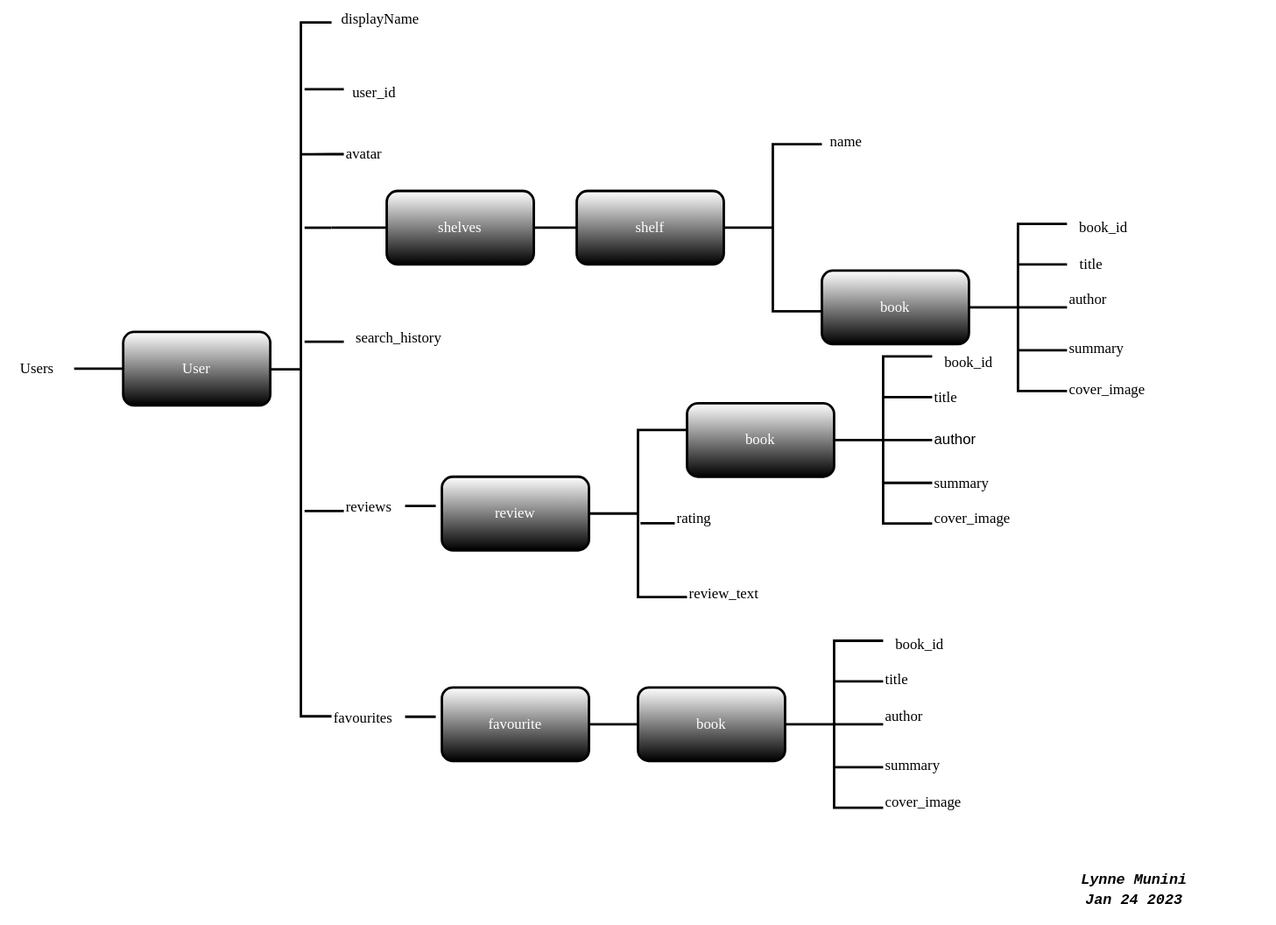
lynnemunini/book-shelf keeps this draw.io diagram as images/diagram.svg. Above is the earlier version. Source tidied: cells renumbered, new cells last; positions are measured from the earlier drawing's top-left corner, leaving out a move shared by most shapes.
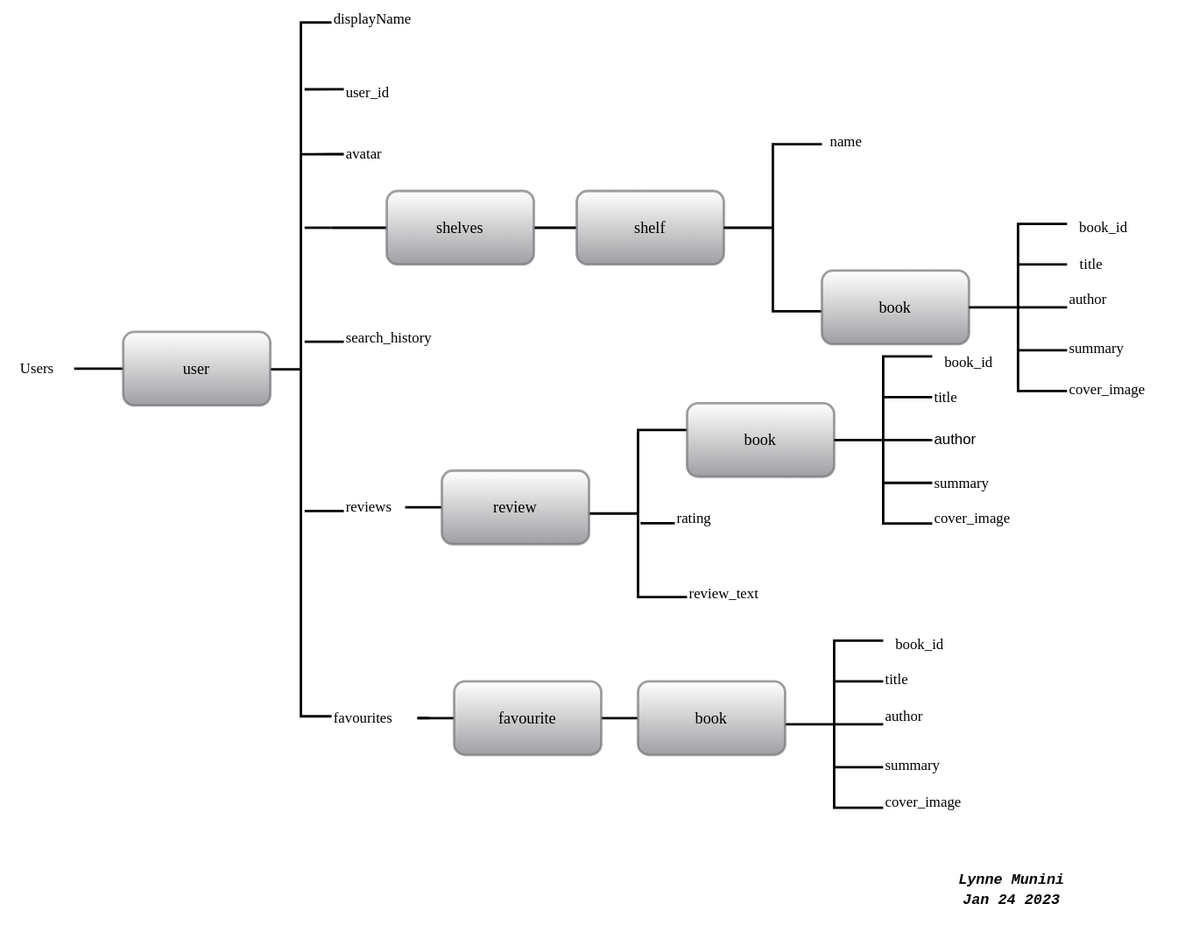
The same diagram one commit later.

What changed in the source:
```diff
@@ -8,8 +8,8 @@
     <mxCell id="3" style="strokeWidth=2;html=1;shape=(stored shape, 384 characters);align=left;labelPosition=right;fillStyle=auto;gradientColor=default;fillColor=default;" parent="1" vertex="1">
       <mxGeometry x="220" y="17.5" width="50" height="335" as="geometry" />
     </mxCell>
-    <mxCell id="4" value="&lt;font face=&quot;Comic Sans MS&quot;&gt;displayName&lt;/font&gt;" style="text;html=1;strokeColor=none;fillColor=none;align=center;verticalAlign=middle;whiteSpace=wrap;rounded=0;" parent="1" vertex="1">
-      <mxGeometry x="280" width="60" height="30" as="geometry" />
+    <mxCell id="4" value="&lt;div align=&quot;left&quot;&gt;&lt;font face=&quot;Comic Sans MS&quot;&gt;displayName&lt;/font&gt;&lt;/div&gt;" style="text;html=1;strokeColor=none;fillColor=none;align=left;verticalAlign=middle;whiteSpace=wrap;rounded=0;" parent="1" vertex="1">
+      <mxGeometry x="270" width="60" height="30" as="geometry" />
     </mxCell>
     <mxCell id="5" style="endArrow=none;html=1;rounded=1;strokeWidth=2;exitX=0.56;exitY=0.163;exitDx=0;exitDy=0;exitPerimeter=0;" parent="1" edge="1" source="3">
       <mxGeometry relative="1" as="geometry">
@@ -23,8 +23,8 @@
         </Array>
       </mxGeometry>
     </mxCell>
-    <mxCell id="7" value="&lt;font face=&quot;Comic Sans MS&quot;&gt;user_id&lt;/font&gt;" style="text;html=1;strokeColor=none;fillColor=none;align=center;verticalAlign=middle;whiteSpace=wrap;rounded=0;" parent="1" vertex="1">
-      <mxGeometry x="270" y="60" width="70" height="30" as="geometry" />
+    <mxCell id="7" value="&lt;div align=&quot;left&quot;&gt;&lt;font face=&quot;Comic Sans MS&quot;&gt;user_id&lt;/font&gt;&lt;/div&gt;" style="text;html=1;strokeColor=none;fillColor=none;align=left;verticalAlign=middle;whiteSpace=wrap;rounded=0;" parent="1" vertex="1">
+      <mxGeometry x="280" y="60" width="70" height="30" as="geometry" />
     </mxCell>
     <mxCell id="8" value="&lt;div align=&quot;left&quot;&gt;&lt;font face=&quot;Comic Sans MS&quot;&gt;avatar&lt;/font&gt;&lt;/div&gt;" style="text;html=1;strokeColor=none;fillColor=none;align=left;verticalAlign=middle;whiteSpace=wrap;rounded=0;" parent="1" vertex="1">
       <mxGeometry x="280" y="110" width="60" height="30" as="geometry" />
@@ -32,13 +32,13 @@
     <mxCell id="9" style="edgeStyle=orthogonalEdgeStyle;rounded=1;jettySize=auto;html=1;strokeWidth=2;fontFamily=Comic Sans MS;fontColor=#ffffff;endArrow=none;endFill=0;" parent="1" edge="1" source="10" target="12">
       <mxGeometry relative="1" as="geometry" />
     </mxCell>
-    <mxCell id="10" value="&lt;div align=&quot;center&quot;&gt;&lt;font face=&quot;Comic Sans MS&quot; color=&quot;#FFFFFF&quot;&gt;shelves&lt;/font&gt;&lt;/div&gt;" style="rounded=1;whiteSpace=wrap;html=1;align=center;strokeWidth=2;fillStyle=auto;gradientColor=default;gradientDirection=south;" parent="1" vertex="1">
+    <mxCell id="10" value="&lt;div style=&quot;font-size: 13px;&quot; align=&quot;center&quot;&gt;&lt;font style=&quot;font-size: 13px;&quot; face=&quot;Comic Sans MS&quot;&gt;shelves&lt;/font&gt;&lt;/div&gt;" style="rounded=1;whiteSpace=wrap;html=1;align=center;strokeWidth=2;fillStyle=auto;gradientColor=#77767b;gradientDirection=south;fontColor=#000000;labelBorderColor=none;opacity=70;strokeColor=#77767b;fontSize=13;" parent="1" vertex="1">
       <mxGeometry x="315" y="155" width="120" height="60" as="geometry" />
     </mxCell>
     <mxCell id="11" style="edgeStyle=orthogonalEdgeStyle;rounded=1;orthogonalLoop=1;jettySize=auto;html=1;exitX=1;exitY=0.5;exitDx=0;exitDy=0;exitPerimeter=0;entryX=0.56;entryY=0.5;entryDx=0;entryDy=0;entryPerimeter=0;strokeWidth=2;endArrow=none;endFill=0;" parent="1" edge="1" source="3" target="3">
       <mxGeometry relative="1" as="geometry" />
     </mxCell>
-    <mxCell id="12" value="&lt;div align=&quot;center&quot;&gt;&lt;font face=&quot;Comic Sans MS&quot; color=&quot;#FFFFFF&quot;&gt;shelf&lt;/font&gt;&lt;/div&gt;" style="rounded=1;whiteSpace=wrap;html=1;align=center;strokeWidth=2;fillStyle=auto;gradientColor=default;gradientDirection=south;" parent="1" vertex="1">
+    <mxCell id="12" value="&lt;div style=&quot;font-size: 13px;&quot; align=&quot;center&quot;&gt;&lt;font style=&quot;font-size: 13px;&quot; face=&quot;Comic Sans MS&quot;&gt;shelf&lt;/font&gt;&lt;/div&gt;" style="rounded=1;whiteSpace=wrap;html=1;align=center;strokeWidth=2;fillStyle=auto;gradientColor=#77767b;gradientDirection=south;fontColor=#000000;labelBorderColor=none;opacity=70;strokeColor=#77767b;fontSize=13;" parent="1" vertex="1">
       <mxGeometry x="470" y="155" width="120" height="60" as="geometry" />
     </mxCell>
     <mxCell id="13" style="strokeWidth=2;html=1;shape=mxgraph.flowchart.annotation_2;align=left;labelPosition=right;fillStyle=auto;gradientColor=default;fillColor=default;" parent="1" vertex="1">
@@ -47,7 +47,7 @@
     <mxCell id="14" value="&lt;font face=&quot;Comic Sans MS&quot;&gt;name&lt;/font&gt;" style="text;html=1;strokeColor=none;fillColor=none;align=center;verticalAlign=middle;whiteSpace=wrap;rounded=0;" parent="1" vertex="1">
       <mxGeometry x="660" y="100" width="60" height="30" as="geometry" />
     </mxCell>
-    <mxCell id="15" value="&lt;div align=&quot;center&quot;&gt;book&lt;/div&gt;" style="rounded=1;whiteSpace=wrap;html=1;align=center;strokeWidth=2;fillStyle=auto;gradientColor=default;gradientDirection=south;fontFamily=Comic Sans MS;fontColor=#ffffff;" parent="1" vertex="1">
+    <mxCell id="15" value="&lt;div style=&quot;font-size: 13px;&quot; align=&quot;center&quot;&gt;book&lt;/div&gt;" style="rounded=1;whiteSpace=wrap;html=1;align=center;strokeWidth=2;fillStyle=auto;gradientColor=#77767b;gradientDirection=south;fontFamily=Comic Sans MS;fontColor=#000000;labelBorderColor=none;opacity=70;strokeColor=#77767b;fontSize=13;" parent="1" vertex="1">
       <mxGeometry x="670" y="220" width="120" height="60" as="geometry" />
     </mxCell>
     <mxCell id="16" style="strokeWidth=2;html=1;shape=mxgraph.flowchart.annotation_2;align=left;labelPosition=right;fillStyle=auto;gradientColor=default;fillColor=default;" parent="1" vertex="1">
@@ -68,15 +68,15 @@
         <mxPoint x="280" y="278" as="targetPoint" />
       </mxGeometry>
     </mxCell>
-    <mxCell id="21" value="search_history" style="text;html=1;strokeColor=none;fillColor=none;align=center;verticalAlign=middle;whiteSpace=wrap;rounded=0;fontFamily=Comic Sans MS;fontColor=#000000;" parent="1" vertex="1">
-      <mxGeometry x="300" y="260" width="50" height="30" as="geometry" />
+    <mxCell id="21" value="&lt;div align=&quot;left&quot;&gt;search_history&lt;/div&gt;" style="text;html=1;strokeColor=none;fillColor=none;align=left;verticalAlign=middle;whiteSpace=wrap;rounded=0;fontFamily=Comic Sans MS;fontColor=#000000;" parent="1" vertex="1">
+      <mxGeometry x="280" y="260" width="130" height="30" as="geometry" />
     </mxCell>
     <mxCell id="22" style="edgeStyle=orthogonalEdgeStyle;rounded=1;jettySize=auto;html=1;endArrow=none;endFill=0;strokeWidth=2;" parent="1" edge="1" target="23">
       <mxGeometry relative="1" as="geometry">
         <mxPoint x="60" y="300" as="sourcePoint" />
       </mxGeometry>
     </mxCell>
-    <mxCell id="23" value="&lt;font face=&quot;Comic Sans MS&quot; color=&quot;#ffffff&quot;&gt;User&lt;/font&gt;" style="rounded=1;whiteSpace=wrap;html=1;strokeWidth=2;gradientColor=default;" parent="1" vertex="1">
+    <mxCell id="23" value="&lt;font style=&quot;font-size: 13px;&quot; face=&quot;Comic Sans MS&quot;&gt;user&lt;/font&gt;" style="rounded=1;whiteSpace=wrap;html=1;strokeWidth=2;gradientColor=#77767b;fontColor=#000000;labelBorderColor=none;opacity=70;strokeColor=#77767b;fontSize=13;" parent="1" vertex="1">
       <mxGeometry x="100" y="270" width="120" height="60" as="geometry" />
     </mxCell>
     <mxCell id="24" style="endArrow=none;html=1;rounded=1;strokeWidth=2;fontFamily=Comic Sans MS;fontColor=#ffffff;exitX=0.56;exitY=0.703;exitDx=0;exitDy=0;exitPerimeter=0;" parent="1" edge="1">
@@ -85,16 +85,16 @@
         <mxPoint x="280" y="416.1" as="targetPoint" />
       </mxGeometry>
     </mxCell>
+    <mxCell id="62" style="edgeStyle=orthogonalEdgeStyle;rounded=1;jettySize=auto;html=1;strokeWidth=2;fontFamily=Comic Sans MS;fontSize=13;fontColor=#000000;endArrow=none;endFill=0;" parent="1" edge="1" source="25" target="26">
+      <mxGeometry relative="1" as="geometry" />
+    </mxCell>
     <mxCell id="25" value="&lt;div align=&quot;left&quot;&gt;reviews&lt;/div&gt;" style="text;html=1;strokeColor=none;fillColor=none;align=left;verticalAlign=middle;whiteSpace=wrap;rounded=0;fontFamily=Comic Sans MS;fontColor=#000000;" parent="1" vertex="1">
       <mxGeometry x="280" y="398.1" width="50" height="30" as="geometry" />
     </mxCell>
-    <mxCell id="26" value="&lt;div align=&quot;center&quot;&gt;&lt;font face=&quot;Comic Sans MS&quot; color=&quot;#FFFFFF&quot;&gt;review&lt;/font&gt;&lt;/div&gt;" style="rounded=1;whiteSpace=wrap;html=1;align=center;strokeWidth=2;fillStyle=auto;gradientColor=default;gradientDirection=south;" parent="1" vertex="1">
-      <mxGeometry x="360" y="388.1" width="120" height="60" as="geometry" />
-    </mxCell>
     <mxCell id="27" style="strokeWidth=2;html=1;shape=mxgraph.flowchart.annotation_2;align=left;labelPosition=right;fillStyle=auto;gradientColor=default;fillColor=default;" parent="1" vertex="1">
       <mxGeometry x="480" y="350" width="80" height="136.2" as="geometry" />
     </mxCell>
-    <mxCell id="28" value="&lt;div align=&quot;center&quot;&gt;book&lt;/div&gt;" style="rounded=1;whiteSpace=wrap;html=1;align=center;strokeWidth=2;fillStyle=auto;gradientColor=default;gradientDirection=south;fontFamily=Comic Sans MS;fontColor=#ffffff;" parent="1" vertex="1">
+    <mxCell id="28" value="&lt;div style=&quot;font-size: 13px;&quot; align=&quot;center&quot;&gt;book&lt;/div&gt;" style="rounded=1;whiteSpace=wrap;html=1;align=center;strokeWidth=2;fillStyle=auto;gradientColor=#77767b;gradientDirection=south;fontFamily=Comic Sans MS;fontColor=#000000;labelBorderColor=none;opacity=70;strokeColor=#77767b;fontSize=13;" parent="1" vertex="1">
       <mxGeometry x="560" y="328.1" width="120" height="60" as="geometry" />
     </mxCell>
     <mxCell id="29" value="author" style="strokeWidth=2;html=1;shape=mxgraph.flowchart.annotation_2;align=left;labelPosition=right;fillStyle=auto;gradientColor=default;fillColor=default;" parent="1" vertex="1">
@@ -109,14 +109,6 @@
     <mxCell id="32" style="line;strokeWidth=2;html=1;fillStyle=auto;fontFamily=Comic Sans MS;fontColor=#ffffff;fillColor=default;gradientColor=default;gradientDirection=south;" parent="1" vertex="1">
       <mxGeometry x="720" y="388.1" width="40" height="10" as="geometry" />
     </mxCell>
-    <mxCell id="33" style="endArrow=none;html=1;rounded=1;strokeWidth=2;fontFamily=Comic Sans MS;fontColor=#ffffff;entryX=-0.042;entryY=0.398;entryDx=0;entryDy=0;entryPerimeter=0;" parent="1" edge="1" target="26">
-      <mxGeometry relative="1" as="geometry">
-        <mxPoint x="330" y="412" as="sourcePoint" />
-        <Array as="points">
-          <mxPoint x="355" y="412" />
-        </Array>
-      </mxGeometry>
-    </mxCell>
     <mxCell id="34" style="endArrow=none;html=1;rounded=1;strokeWidth=2;fontFamily=Comic Sans MS;fontColor=#000000;exitX=0.525;exitY=0.558;exitDx=0;exitDy=0;exitPerimeter=0;" parent="1" edge="1" source="27">
       <mxGeometry relative="1" as="geometry">
         <mxPoint x="550" y="426" as="targetPoint" />
@@ -128,29 +120,17 @@
     <mxCell id="36" value="review_text" style="text;whiteSpace=wrap;html=1;fontFamily=Comic Sans MS;fontColor=#000000;" parent="1" vertex="1">
       <mxGeometry x="560" y="470" width="120" height="40" as="geometry" />
     </mxCell>
+    <mxCell id="63" style="edgeStyle=orthogonalEdgeStyle;rounded=1;jettySize=auto;html=1;strokeWidth=2;fontFamily=Comic Sans MS;fontSize=13;fontColor=#000000;endArrow=none;endFill=0;" parent="1" edge="1" source="37" target="38">
+      <mxGeometry relative="1" as="geometry" />
+    </mxCell>
+    <mxCell id="64" style="edgeStyle=orthogonalEdgeStyle;rounded=1;jettySize=auto;html=1;exitX=1;exitY=0.5;exitDx=0;exitDy=0;strokeWidth=2;fontFamily=Comic Sans MS;fontSize=13;fontColor=#000000;endArrow=none;endFill=0;" parent="1" edge="1" source="37">
+      <mxGeometry relative="1" as="geometry">
+        <mxPoint x="350" y="585" as="targetPoint" />
+      </mxGeometry>
+    </mxCell>
     <mxCell id="37" value="&lt;div align=&quot;left&quot;&gt;favourites&lt;/div&gt;" style="text;html=1;strokeColor=none;fillColor=none;align=left;verticalAlign=middle;whiteSpace=wrap;rounded=0;fontFamily=Comic Sans MS;fontColor=#000000;" parent="1" vertex="1">
-      <mxGeometry x="270" y="570" width="50" height="30" as="geometry" />
+      <mxGeometry x="270" y="570" width="70" height="30" as="geometry" />
     </mxCell>
-    <mxCell id="38" value="&lt;div align=&quot;center&quot;&gt;&lt;font face=&quot;Comic Sans MS&quot;&gt;favourite&lt;/font&gt;&lt;br&gt;&lt;/div&gt;" style="rounded=1;whiteSpace=wrap;html=1;align=center;strokeWidth=2;fillStyle=auto;gradientColor=default;gradientDirection=south;fontColor=#ffffff;" parent="1" vertex="1">
-      <mxGeometry x="360" y="560" width="120" height="60" as="geometry" />
-    </mxCell>
-    <mxCell id="39" style="endArrow=none;html=1;rounded=1;strokeWidth=2;fontFamily=Comic Sans MS;fontColor=#ffffff;entryX=-0.042;entryY=0.398;entryDx=0;entryDy=0;entryPerimeter=0;" parent="1" edge="1" target="38">
-      <mxGeometry relative="1" as="geometry">
-        <mxPoint x="330" y="583.9" as="sourcePoint" />
-        <Array as="points">
-          <mxPoint x="355" y="583.9" />
-        </Array>
-      </mxGeometry>
-    </mxCell>
-    <mxCell id="40" style="endArrow=none;html=1;rounded=1;strokeWidth=2;fontFamily=Comic Sans MS;fontColor=#ffffff;" parent="1" edge="1">
-      <mxGeometry relative="1" as="geometry">
-        <mxPoint x="480" y="590" as="sourcePoint" />
-        <mxPoint x="520" y="590" as="targetPoint" />
-      </mxGeometry>
-    </mxCell>
-    <mxCell id="41" value="&lt;div align=&quot;center&quot;&gt;book&lt;/div&gt;" style="rounded=1;whiteSpace=wrap;html=1;align=center;strokeWidth=2;fillStyle=auto;gradientColor=default;gradientDirection=south;fontFamily=Comic Sans MS;fontColor=#ffffff;" parent="1" vertex="1">
-      <mxGeometry x="520" y="560" width="120" height="60" as="geometry" />
-    </mxCell>
     <mxCell id="42" style="strokeWidth=2;html=1;shape=mxgraph.flowchart.annotation_2;align=left;labelPosition=right;fillStyle=auto;gradientColor=default;fillColor=default;" parent="1" vertex="1">
       <mxGeometry x="640" y="521.9" width="80" height="136.2" as="geometry" />
     </mxCell>
@@ -206,10 +186,22 @@
       <mxGeometry x="720" y="640" width="90" height="40" as="geometry" />
     </mxCell>
     <mxCell id="60" value="&lt;p style=&quot;line-height: 130%;&quot;&gt;&lt;/p&gt;&lt;div&gt;&lt;font face=&quot;Courier New&quot;&gt;&lt;i&gt;&lt;b&gt;Lynne Munini&lt;/b&gt;&lt;/i&gt;&lt;/font&gt;&lt;/div&gt;&lt;div&gt;&lt;font face=&quot;Courier New&quot;&gt;&lt;i&gt;&lt;b&gt;Jan 24 2023&lt;/b&gt;&lt;/i&gt;&lt;/font&gt;&lt;br&gt;&lt;/div&gt;&lt;p&gt;&lt;/p&gt;" style="text;html=1;strokeColor=none;fillColor=none;align=center;verticalAlign=middle;whiteSpace=wrap;rounded=0;fontFamily=Comic Sans MS;fontColor=#000000;" parent="1" vertex="1">
-      <mxGeometry x="810" y="710" width="230" height="30" as="geometry" />
+      <mxGeometry x="710" y="710" width="230" height="30" as="geometry" />
     </mxCell>
     <mxCell id="61" value="&lt;font face=&quot;Comic Sans MS&quot;&gt;Users&lt;/font&gt;" style="text;html=1;strokeColor=none;fillColor=none;align=center;verticalAlign=middle;whiteSpace=wrap;rounded=0;fontFamily=Courier New;fontColor=#000000;" parent="1" vertex="1">
       <mxGeometry y="285" width="60" height="30" as="geometry" />
     </mxCell>
+    <mxCell id="26" value="review" style="rounded=1;whiteSpace=wrap;html=1;labelBorderColor=none;fillStyle=auto;strokeColor=#77767b;strokeWidth=2;fontFamily=Comic Sans MS;fontSize=13;fontColor=#000000;fillColor=default;gradientColor=#77767b;gradientDirection=south;opacity=70;" parent="1" vertex="1">
+      <mxGeometry x="360" y="383.1" width="120" height="60" as="geometry" />
+    </mxCell>
+    <mxCell id="65" style="edgeStyle=orthogonalEdgeStyle;rounded=1;jettySize=auto;html=1;strokeWidth=2;fontFamily=Comic Sans MS;fontSize=13;fontColor=#000000;endArrow=none;endFill=0;" parent="1" edge="1" source="38" target="41">
+      <mxGeometry relative="1" as="geometry" />
+    </mxCell>
+    <mxCell id="38" value="favourite" style="rounded=1;whiteSpace=wrap;html=1;labelBorderColor=none;fillStyle=auto;strokeColor=#77767b;strokeWidth=2;fontFamily=Comic Sans MS;fontSize=13;fontColor=#000000;fillColor=default;gradientColor=#77767b;gradientDirection=south;opacity=70;" parent="1" vertex="1">
+      <mxGeometry x="370" y="555" width="120" height="60" as="geometry" />
+    </mxCell>
+    <mxCell id="41" value="book" style="whiteSpace=wrap;html=1;fontSize=13;fontFamily=Comic Sans MS;strokeColor=#77767b;fontColor=#000000;rounded=1;labelBorderColor=none;fillStyle=auto;strokeWidth=2;gradientColor=#77767b;gradientDirection=south;opacity=70;" parent="1" vertex="1">
+      <mxGeometry x="520" y="555" width="120" height="60" as="geometry" />
+    </mxCell>
   </root>
 </mxGraphModel>
```
